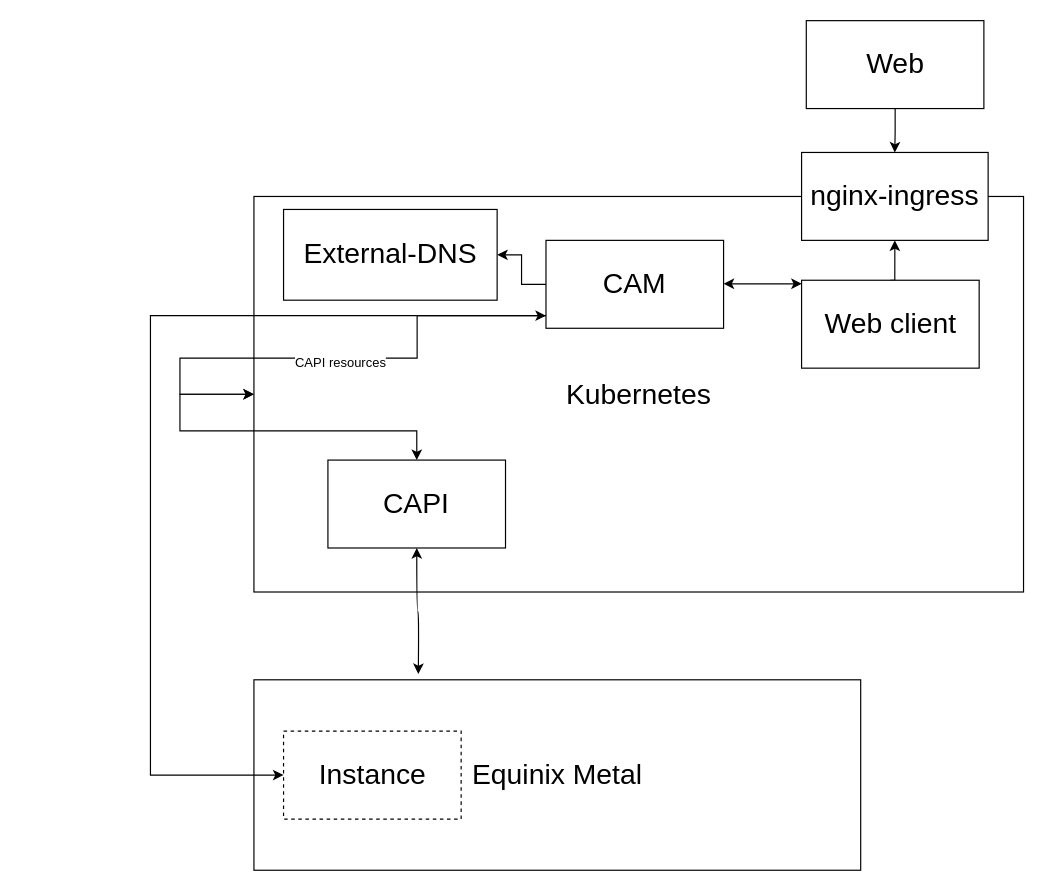
Earlier version of the draw.io diagram architecture-diagram.drawio (sharingio/pair). Source tidied: cells renumbered, new cells numbered last; positions are measured from the earlier drawing's top-left corner, leaving out a move shared by most shapes. Both pictures are drawn from the tidied source at 118%, with x=0, y=0 at pixel (150, 20).
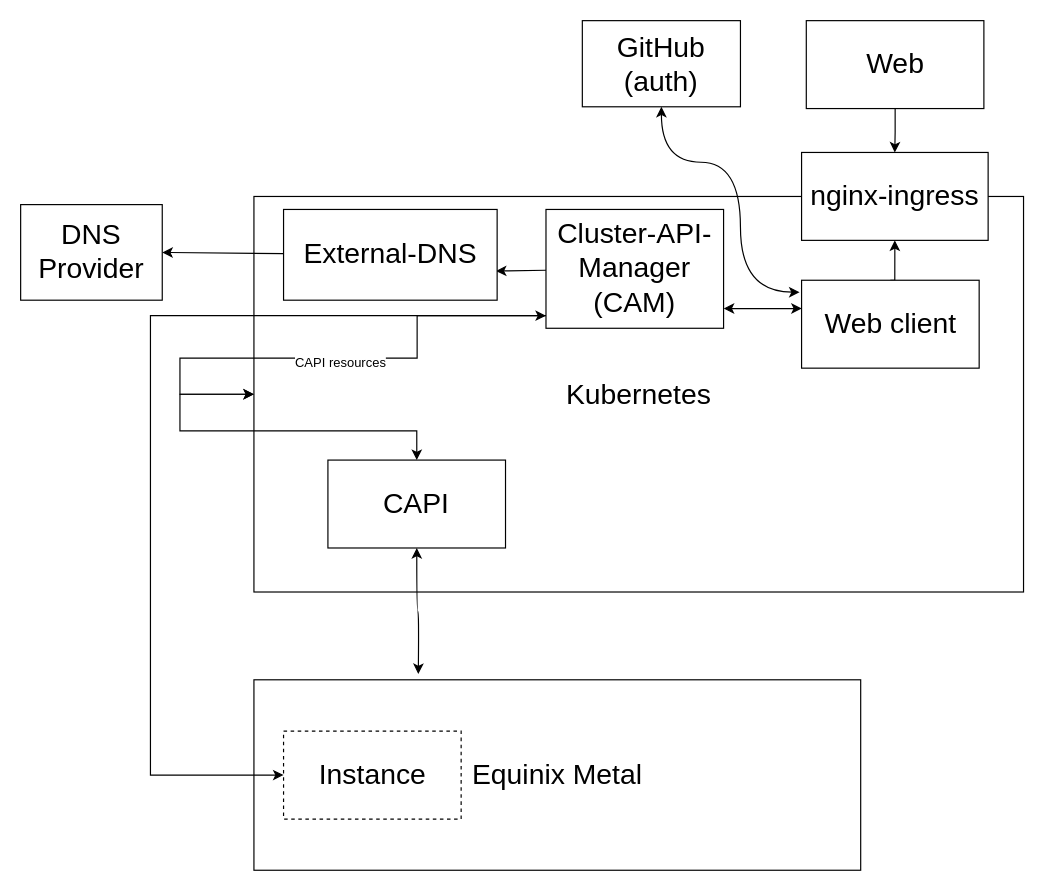
Above is the later version.

Commit message (it also covers changes not shown here):
Update architecture diagram

Unchanged cells that the change refers to:
```xml
<mxCell id="2" value="Kubernetes" style="rounded=0;whiteSpace=wrap;html=1;fontSize=24;" parent="1" vertex="1">
  <mxGeometry x="87.7" y="149" width="652.2" height="335.2" as="geometry" />
</mxCell>
<mxCell id="19" value="&lt;font style=&quot;font-size: 24px&quot;&gt;External-DNS&lt;/font&gt;" style="rounded=0;whiteSpace=wrap;html=1;" parent="1" vertex="1">
  <mxGeometry x="112.8" y="160" width="181" height="76.9" as="geometry" />
</mxCell>
```

What changed in the source:
```diff
@@
+    <mxCell id="20" style="edgeStyle=orthogonalEdgeStyle;rounded=0;jettySize=auto;html=1;entryX=0.5;entryY=1;entryDx=0;entryDy=0;elbow=vertical;curved=1;startArrow=classic;startFill=1;exitX=0.709;exitY=0.242;exitDx=0;exitDy=0;exitPerimeter=0;" parent="1" edge="1" source="2" target="23">
+      <mxGeometry relative="1" as="geometry">
+        <Array as="points">
+          <mxPoint x="500" y="230" />
+          <mxPoint x="500" y="120" />
+          <mxPoint x="433" y="120" />
+        </Array>
+      </mxGeometry>
+    </mxCell>
@@
-    <mxCell id="5" style="edgeStyle=orthogonalEdgeStyle;rounded=0;jettySize=auto;html=1;startArrow=classic;startFill=1;fontSize=24;" parent="1" edge="1" source="9">
-      <mxGeometry x="179.9" y="50" as="geometry">
-        <mxPoint x="552" y="223" as="targetPoint" />
+    <mxCell id="5" style="edgeStyle=orthogonalEdgeStyle;rounded=0;orthogonalLoop=1;jettySize=auto;html=1;startArrow=classic;startFill=1;fontSize=24;" parent="1" edge="1">
+      <mxGeometry x="179.9" y="71" as="geometry">
+        <mxPoint x="485.8" y="244" as="sourcePoint" />
+        <mxPoint x="552" y="244" as="targetPoint" />
         <Array as="points">
-          <mxPoint x="552" y="223" />
+          <mxPoint x="552" y="244" />
         </Array>
       </mxGeometry>
     </mxCell>
@@
-    <mxCell id="8" style="edgeStyle=orthogonalEdgeStyle;rounded=0;jettySize=auto;html=1;entryX=1;entryY=0.5;entryDx=0;entryDy=0;" parent="1" edge="1" source="9" target="19">
+    <mxCell id="8" style="edgeStyle=none;rounded=0;jettySize=auto;html=1;entryX=0.994;entryY=0.679;entryDx=0;entryDy=0;entryPerimeter=0;" parent="1" edge="1" source="9" target="19">
       <mxGeometry relative="1" as="geometry" />
     </mxCell>
-    <mxCell id="9" value="CAM" style="rounded=0;whiteSpace=wrap;html=1;fontSize=24;" parent="1" vertex="1">
-      <mxGeometry x="335.2" y="186.2" width="150.5" height="74.5" as="geometry" />
+    <mxCell id="9" value="Cluster-API-Manager (CAM)" style="rounded=0;whiteSpace=wrap;html=1;fontSize=24;" parent="1" vertex="1">
+      <mxGeometry x="335.2" y="160" width="150.5" height="100.7" as="geometry" />
     </mxCell>
@@
+    <mxCell id="21" style="rounded=0;jettySize=auto;html=1;entryX=1;entryY=0.5;entryDx=0;entryDy=0;" parent="1" edge="1" source="19" target="22">
+      <mxGeometry relative="1" as="geometry" />
+    </mxCell>
@@
+    <mxCell id="22" value="&lt;font style=&quot;font-size: 24px&quot;&gt;DNS Provider&lt;/font&gt;" style="rounded=0;whiteSpace=wrap;html=1;" parent="1" vertex="1">
+      <mxGeometry x="-110" y="155.9" width="120" height="81" as="geometry" />
+    </mxCell>
+    <mxCell id="23" value="&lt;font style=&quot;font-size: 24px&quot;&gt;GitHub&lt;br&gt;(auth)&lt;/font&gt;" style="rounded=0;whiteSpace=wrap;html=1;" parent="1" vertex="1">
+      <mxGeometry x="366" width="134" height="73" as="geometry" />
+    </mxCell>
```
